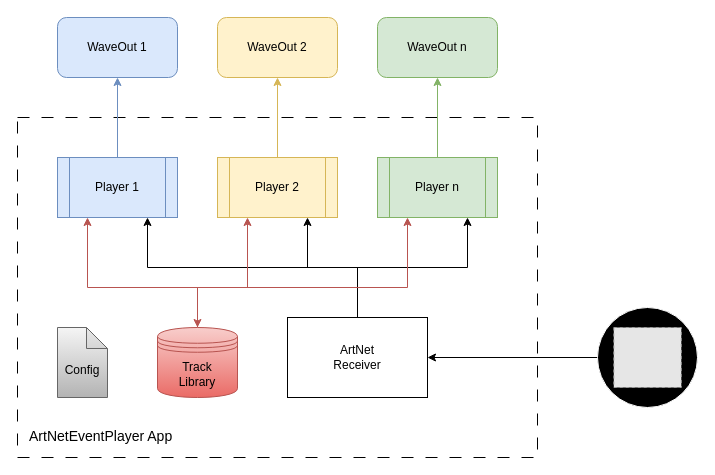
100prznt/ArtNetEventPlayer keeps this draw.io diagram as docu/overview.drawio. Above is the earlier version. Source tidied: cells renumbered, new cells numbered last; positions are measured from the earlier drawing's top-left corner, leaving out a move shared by most shapes. Both pictures are drawn from the tidied source at 100%, with x=0, y=0 at pixel (17, 17). Pictures stored in the file or linked from it are replaced by grey dashed boxes.
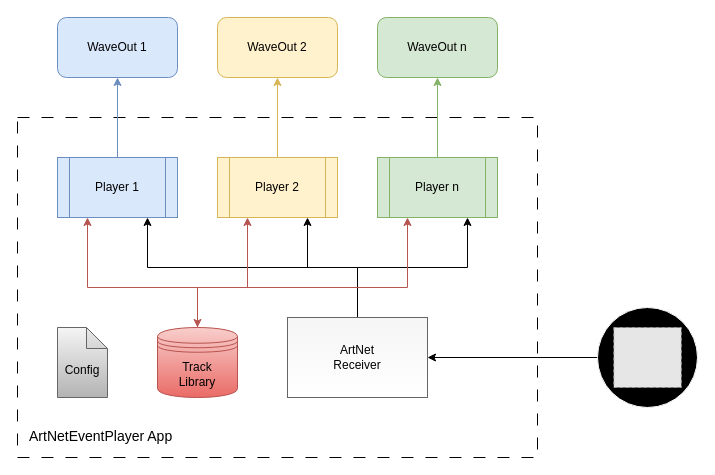
Above is the later version.

Diff of the diagram source:
```diff
@@
-    <mxCell id="6" value="ArtNet&lt;div&gt;Receiver&lt;/div&gt;" style="rounded=0;whiteSpace=wrap;html=1;" parent="1" vertex="1">
+    <mxCell id="6" value="ArtNet&lt;div&gt;Receiver&lt;/div&gt;" style="rounded=0;whiteSpace=wrap;html=1;fillColor=#f5f5f5;gradientColor=#FFFFFF;strokeColor=#666666;" parent="1" vertex="1">
       <mxGeometry x="270" y="300" width="140" height="80" as="geometry" />
     </mxCell>
```
